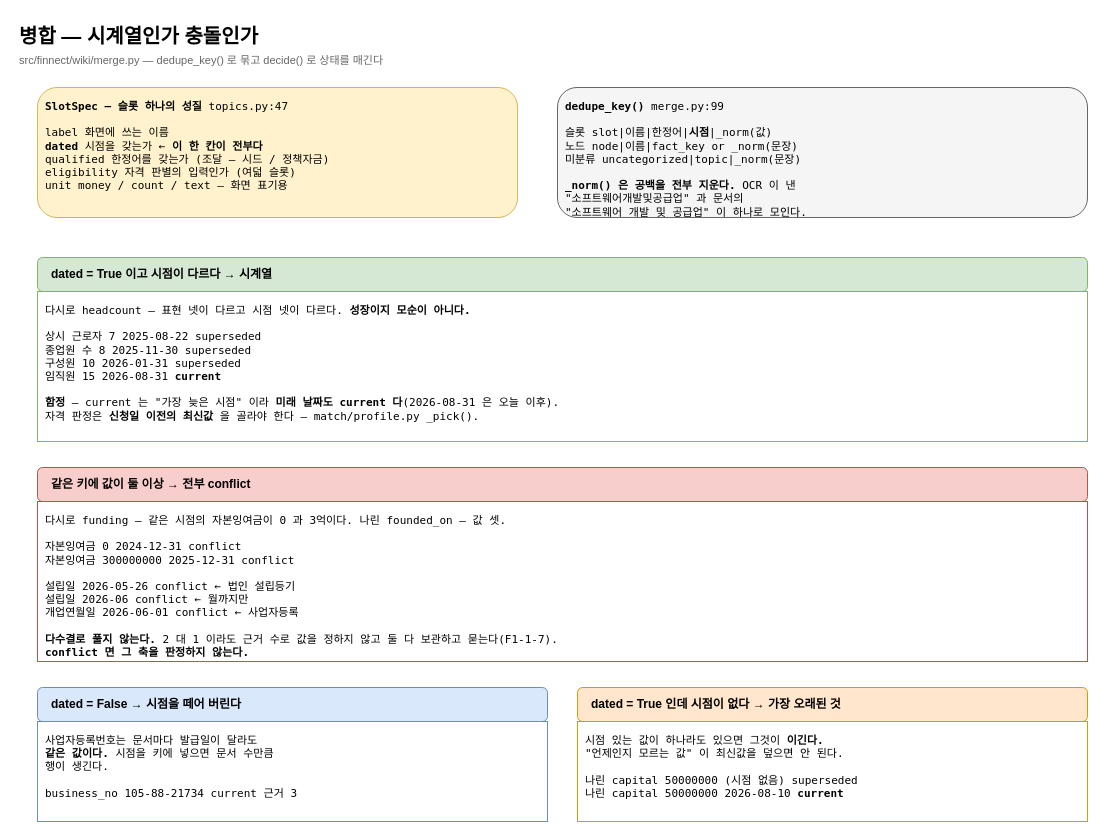
YASICJUNWOO/finnect-new keeps this draw.io diagram as page "3. 병합 — dated 한 칸이 가른다" (3 of 4) of docs/adr/evidence/2026-08-21-위키-추출-경로.drawio. Above is the earlier version. Source tidied: cells renumbered, new cells numbered last; positions are measured from the earlier drawing's top-left corner, leaving out a move shared by most shapes. Both pictures are drawn from the tidied source at 100%, with x=0, y=0 at pixel (17, 17).
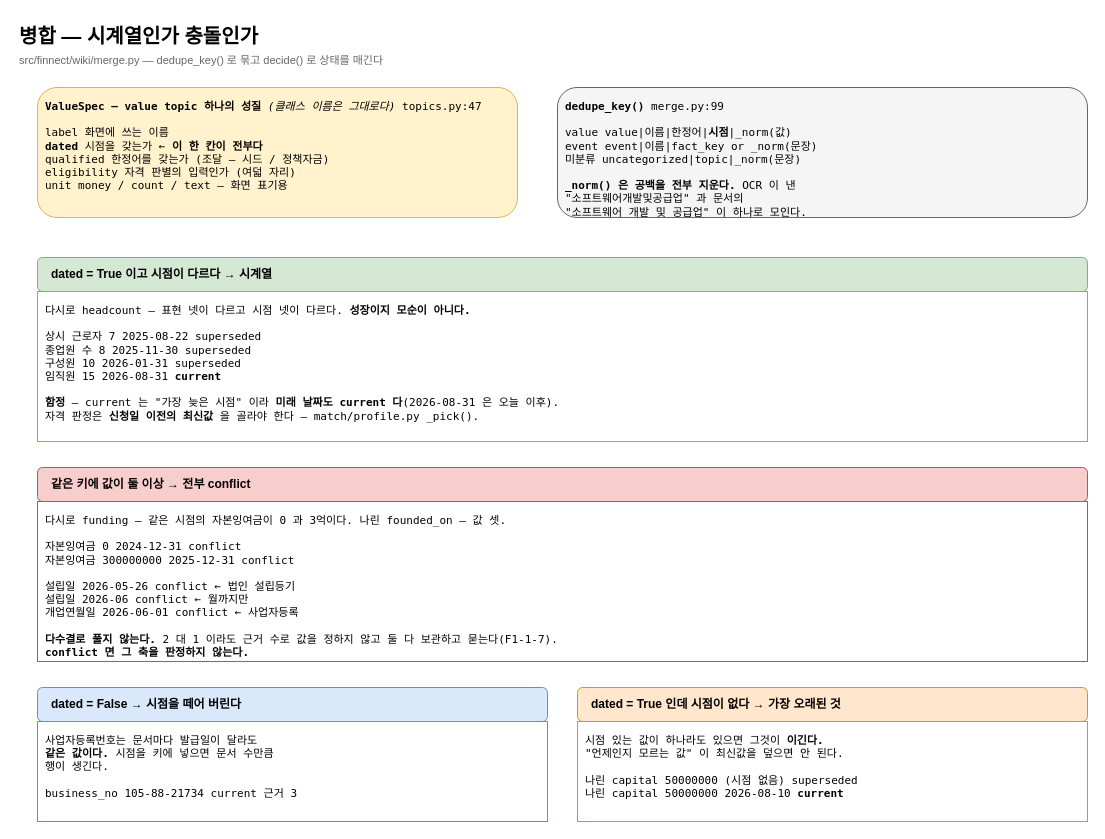
The same diagram, later.

Change to the diagram source:
```diff
@@
 <mxGraphModel>
   <root>
     <mxCell id="0" />
     <mxCell id="1" parent="0" />
     <mxCell id="2" value="병합 — 시계열인가 충돌인가" style="text;html=1;fontSize=20;fontStyle=1;align=left;" parent="1" vertex="1">
       <mxGeometry width="700" height="30" as="geometry" />
     </mxCell>
     <mxCell id="3" value="src/finnect/wiki/merge.py — dedupe_key() 로 묶고 decide() 로 상태를 매긴다" style="text;html=1;fontSize=11;align=left;fontColor=#666666;" parent="1" vertex="1">
       <mxGeometry y="30" width="900" height="20" as="geometry" />
     </mxCell>
-    <mxCell id="4" value="&lt;b&gt;SlotSpec — 슬롯 하나의 성질&lt;/b&gt;   topics.py:47&#10;&#10;label       화면에 쓰는 이름&#10;&lt;b&gt;dated&lt;/b&gt;       시점을 갖는가  ←  &lt;b&gt;이 한 칸이 전부다&lt;/b&gt;&#10;qualified   한정어를 갖는가 (조달 — 시드 / 정책자금)&#10;eligibility 자격 판별의 입력인가 (여덟 슬롯)&#10;unit        money / count / text — 화면 표기용" style="rounded=1;whiteSpace=wrap;html=1;fillColor=#fff2cc;strokeColor=#d6b656;align=left;verticalAlign=top;fontSize=11;fontFamily=monospace;spacing=8;" parent="1" vertex="1">
+    <mxCell id="4" value="&lt;b&gt;ValueSpec — value topic 하나의 성질&lt;/b&gt; &lt;i&gt;(클래스 이름은 그대로다)&lt;/i&gt;   topics.py:47&#10;&#10;label       화면에 쓰는 이름&#10;&lt;b&gt;dated&lt;/b&gt;       시점을 갖는가  ←  &lt;b&gt;이 한 칸이 전부다&lt;/b&gt;&#10;qualified   한정어를 갖는가 (조달 — 시드 / 정책자금)&#10;eligibility 자격 판별의 입력인가 (여덟 자리)&#10;unit        money / count / text — 화면 표기용" style="rounded=1;whiteSpace=wrap;html=1;fillColor=#fff2cc;strokeColor=#d6b656;align=left;verticalAlign=top;fontSize=11;fontFamily=monospace;spacing=8;" parent="1" vertex="1">
       <mxGeometry x="20" y="70" width="480" height="130" as="geometry" />
     </mxCell>
-    <mxCell id="5" value="&lt;b&gt;dedupe_key()&lt;/b&gt;  merge.py:99&#10;&#10;슬롯   slot|이름|한정어|&lt;b&gt;시점&lt;/b&gt;|_norm(값)&#10;노드   node|이름|fact_key or _norm(문장)&#10;미분류 uncategorized|topic|_norm(문장)&#10;&#10;&lt;b&gt;_norm() 은 공백을 전부 지운다.&lt;/b&gt; OCR 이 낸&#10;&quot;소프트웨어개발및공급업&quot; 과 문서의&#10;&quot;소프트웨어 개발 및 공급업&quot; 이 하나로 모인다." style="rounded=1;whiteSpace=wrap;html=1;fillColor=#f5f5f5;strokeColor=#666666;align=left;verticalAlign=top;fontSize=11;fontFamily=monospace;spacing=8;" parent="1" vertex="1">
+    <mxCell id="5" value="&lt;b&gt;dedupe_key()&lt;/b&gt;  merge.py:99&#10;&#10;value  value|이름|한정어|&lt;b&gt;시점&lt;/b&gt;|_norm(값)&#10;event  event|이름|fact_key or _norm(문장)&#10;미분류 uncategorized|topic|_norm(문장)&#10;&#10;&lt;b&gt;_norm() 은 공백을 전부 지운다.&lt;/b&gt; OCR 이 낸&#10;&quot;소프트웨어개발및공급업&quot; 과 문서의&#10;&quot;소프트웨어 개발 및 공급업&quot; 이 하나로 모인다." style="rounded=1;whiteSpace=wrap;html=1;fillColor=#f5f5f5;strokeColor=#666666;align=left;verticalAlign=top;fontSize=11;fontFamily=monospace;spacing=8;" parent="1" vertex="1">
       <mxGeometry x="540" y="70" width="530" height="130" as="geometry" />
     </mxCell>
     <mxCell id="6" value="&lt;b&gt;dated = True 이고 시점이 다르다  →  시계열&lt;/b&gt;" style="rounded=1;whiteSpace=wrap;html=1;fillColor=#d5e8d4;strokeColor=#82b366;fontStyle=1;align=left;spacingLeft=12;" parent="1" vertex="1">
       <mxGeometry x="20" y="240" width="1050" height="34" as="geometry" />
     </mxCell>
     <mxCell id="7" value="다시로 headcount — 표현 넷이 다르고 시점 넷이 다르다.  &lt;b&gt;성장이지 모순이 아니다.&lt;/b&gt;&#10;&#10;  상시 근로자  7   2025-08-22   superseded&#10;  종업원 수    8   2025-11-30   superseded&#10;  구성원      10   2026-01-31   superseded&#10;  임직원      15   2026-08-31   &lt;b&gt;current&lt;/b&gt;&#10;&#10;&lt;b&gt;함정&lt;/b&gt; — current 는 &quot;가장 늦은 시점&quot; 이라 &lt;b&gt;미래 날짜도 current 다&lt;/b&gt;(2026-08-31 은 오늘 이후).&#10;자격 판정은 &lt;b&gt;신청일 이전의 최신값&lt;/b&gt; 을 골라야 한다 — match/profile.py _pick()." style="rounded=0;whiteSpace=wrap;html=1;fillColor=#ffffff;strokeColor=#82b366;align=left;verticalAlign=top;fontSize=11;fontFamily=monospace;spacing=8;" parent="1" vertex="1">
       <mxGeometry x="20" y="274" width="1050" height="150" as="geometry" />
     </mxCell>
     <mxCell id="8" value="&lt;b&gt;같은 키에 값이 둘 이상  →  전부 conflict&lt;/b&gt;" style="rounded=1;whiteSpace=wrap;html=1;fillColor=#f8cecc;strokeColor=#b85450;fontStyle=1;align=left;spacingLeft=12;" parent="1" vertex="1">
       <mxGeometry x="20" y="450" width="1050" height="34" as="geometry" />
     </mxCell>
     <mxCell id="9" value="다시로 funding — 같은 시점의 자본잉여금이 0 과 3억이다.  나린 founded_on — 값 셋.&#10;&#10;  자본잉여금        0        2024-12-31   conflict&#10;  자본잉여금  300000000      2025-12-31   conflict&#10;&#10;  설립일     2026-05-26                   conflict     ← 법인 설립등기&#10;  설립일     2026-06                      conflict     ← 월까지만&#10;  개업연월일  2026-06-01                   conflict     ← 사업자등록&#10;&#10;&lt;b&gt;다수결로 풀지 않는다.&lt;/b&gt; 2 대 1 이라도 근거 수로 값을 정하지 않고 둘 다 보관하고 묻는다(F1-1-7).&#10;&lt;b&gt;conflict 면 그 축을 판정하지 않는다.&lt;/b&gt;" style="rounded=0;whiteSpace=wrap;html=1;fillColor=#ffffff;strokeColor=#b85450;align=left;verticalAlign=top;fontSize=11;fontFamily=monospace;spacing=8;" parent="1" vertex="1">
       <mxGeometry x="20" y="484" width="1050" height="160" as="geometry" />
     </mxCell>
     <mxCell id="10" value="&lt;b&gt;dated = False  →  시점을 떼어 버린다&lt;/b&gt;" style="rounded=1;whiteSpace=wrap;html=1;fillColor=#dae8fc;strokeColor=#6c8ebf;fontStyle=1;align=left;spacingLeft=12;" parent="1" vertex="1">
       <mxGeometry x="20" y="670" width="510" height="34" as="geometry" />
     </mxCell>
     <mxCell id="11" value="사업자등록번호는 문서마다 발급일이 달라도&#10;&lt;b&gt;같은 값이다.&lt;/b&gt; 시점을 키에 넣으면 문서 수만큼&#10;행이 생긴다.&#10;&#10;  business_no  105-88-21734  current  근거 3" style="rounded=0;whiteSpace=wrap;html=1;fillColor=#ffffff;strokeColor=#6c8ebf;align=left;verticalAlign=top;fontSize=11;fontFamily=monospace;spacing=8;" parent="1" vertex="1">
       <mxGeometry x="20" y="704" width="510" height="100" as="geometry" />
     </mxCell>
     <mxCell id="12" value="&lt;b&gt;dated = True 인데 시점이 없다  →  가장 오래된 것&lt;/b&gt;" style="rounded=1;whiteSpace=wrap;html=1;fillColor=#ffe6cc;strokeColor=#d79b00;fontStyle=1;align=left;spacingLeft=12;" parent="1" vertex="1">
       <mxGeometry x="560" y="670" width="510" height="34" as="geometry" />
     </mxCell>
     <mxCell id="13" value="시점 있는 값이 하나라도 있으면 그것이 &lt;b&gt;이긴다.&lt;/b&gt;&#10;&quot;언제인지 모르는 값&quot; 이 최신값을 덮으면 안 된다.&#10;&#10;  나린 capital  50000000  (시점 없음)  superseded&#10;  나린 capital  50000000  2026-08-10   &lt;b&gt;current&lt;/b&gt;" style="rounded=0;whiteSpace=wrap;html=1;fillColor=#ffffff;strokeColor=#d79b00;align=left;verticalAlign=top;fontSize=11;fontFamily=monospace;spacing=8;" parent="1" vertex="1">
       <mxGeometry x="560" y="704" width="510" height="100" as="geometry" />
     </mxCell>
   </root>
 </mxGraphModel>
```
